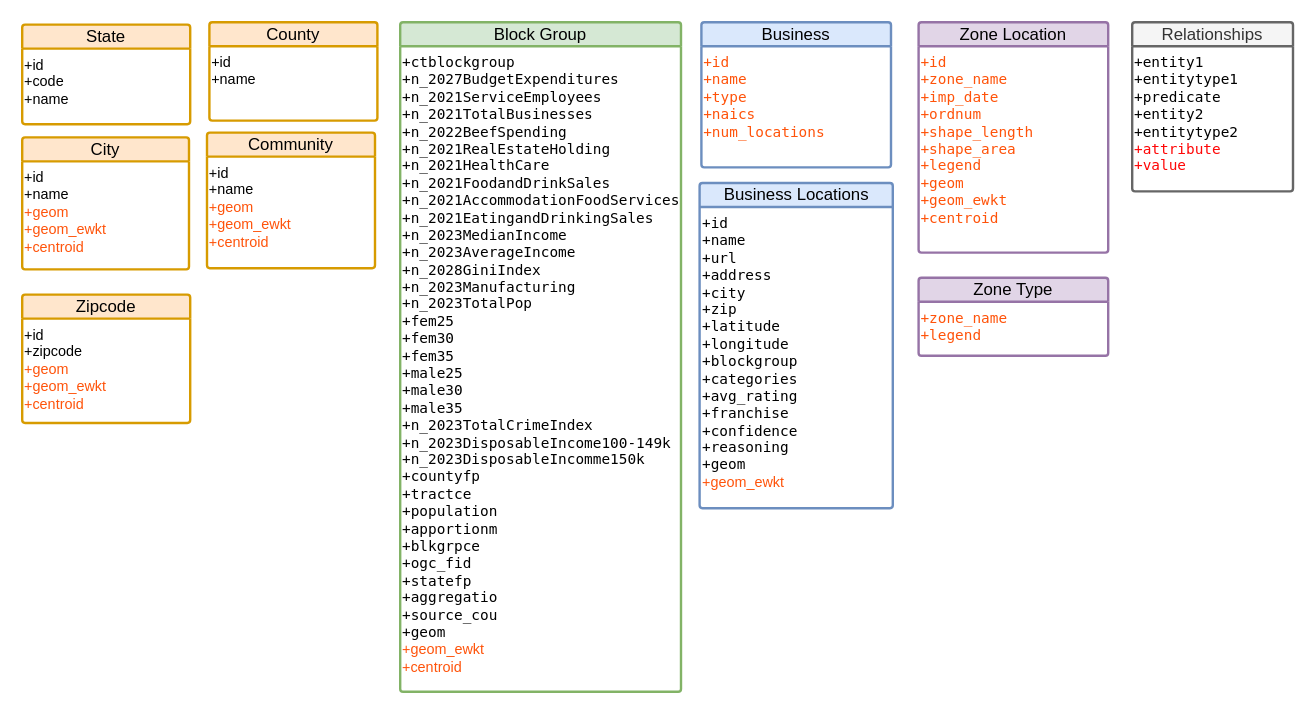
The draw.io diagram page "Entity Diagram" (1 of 5) of graph_model.drawio in njwnkp4d8t-png/business-opportunity-graph, before the edit. Source tidied: cells renumbered, new cells numbered last; positions are measured from the earlier drawing's top-left corner, leaving out a move shared by most shapes. Both pictures are drawn from the tidied source at 120%, with x=0, y=0 at pixel (22, 22).
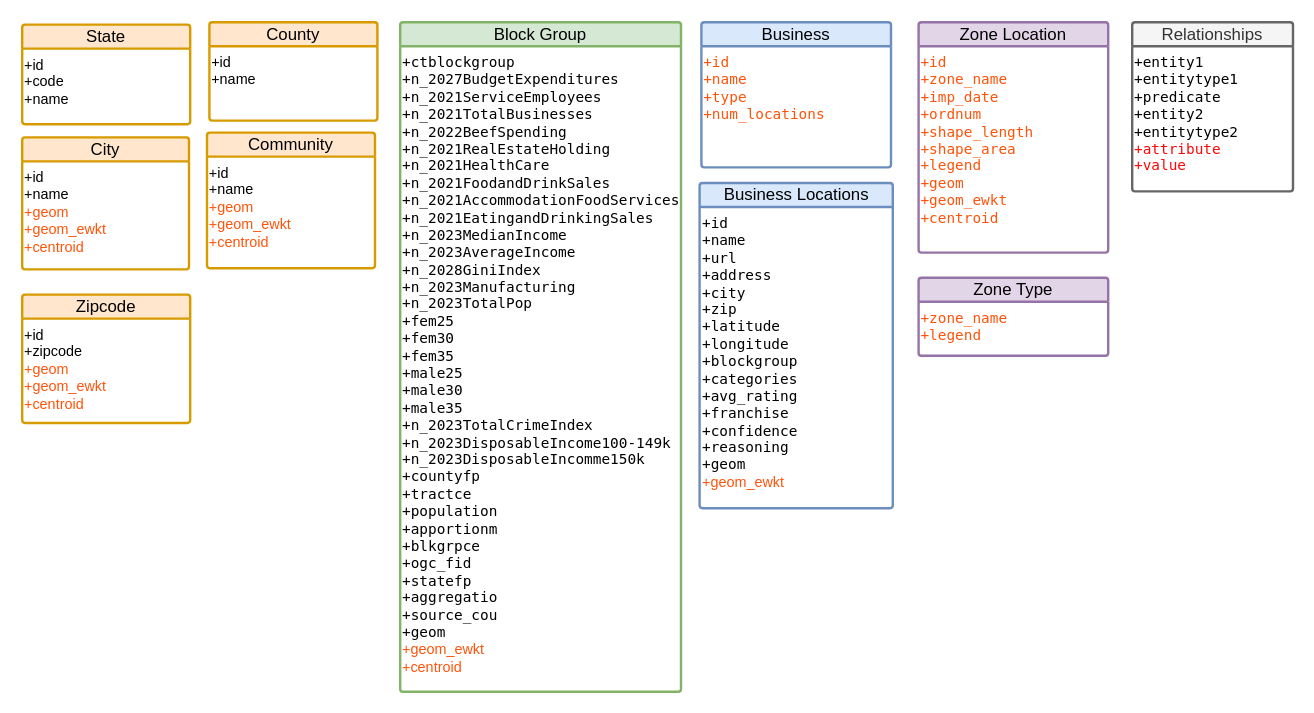
The same diagram, later.

Unchanged cells that the change refers to:
```xml
<mxCell id="12" value="Business" style="swimlane;horizontal=1;startSize=20;rounded=1;fontSize=14;fontStyle=0;strokeWidth=2;shadow=0;dashed=0;align=center;arcSize=4;whiteSpace=wrap;html=1;fillColor=#dae8fc;strokeColor=#6c8ebf;" parent="1" vertex="1">
  <mxGeometry x="566" width="158" height="121" as="geometry" />
</mxCell>
```

Change to the diagram source:
```diff
@@
-    <mxCell id="13" value="&lt;font face=&quot;Menlo, Monaco, Courier New, monospace&quot; style=&quot;color: rgb(255, 83, 10);&quot;&gt;&lt;span style=&quot;white-space: pre;&quot;&gt;+id&lt;/span&gt;&lt;/font&gt;&lt;div&gt;&lt;font face=&quot;Menlo, Monaco, Courier New, monospace&quot; style=&quot;color: rgb(255, 83, 10);&quot;&gt;&lt;span style=&quot;white-space: pre;&quot;&gt;+name&lt;/span&gt;&lt;/font&gt;&lt;/div&gt;&lt;div&gt;&lt;font face=&quot;Menlo, Monaco, Courier New, monospace&quot; style=&quot;color: rgb(255, 83, 10);&quot;&gt;&lt;span style=&quot;white-space: pre;&quot;&gt;+type&lt;/span&gt;&lt;/font&gt;&lt;/div&gt;&lt;div&gt;&lt;font face=&quot;Menlo, Monaco, Courier New, monospace&quot; style=&quot;color: rgb(255, 83, 10);&quot;&gt;&lt;span style=&quot;white-space: pre;&quot;&gt;+naics&lt;/span&gt;&lt;/font&gt;&lt;/div&gt;&lt;div&gt;&lt;font face=&quot;Menlo, Monaco, Courier New, monospace&quot; style=&quot;color: rgb(255, 83, 10);&quot;&gt;&lt;span style=&quot;white-space: pre;&quot;&gt;+num_locations&lt;/span&gt;&lt;/font&gt;&lt;/div&gt;" style="text;html=1;whiteSpace=wrap;strokeColor=none;fillColor=none;align=left;verticalAlign=top;rounded=0;" parent="12" vertex="1">
+    <mxCell id="13" value="&lt;font face=&quot;Menlo, Monaco, Courier New, monospace&quot; style=&quot;color: rgb(255, 83, 10);&quot;&gt;&lt;span style=&quot;white-space: pre;&quot;&gt;+id&lt;/span&gt;&lt;/font&gt;&lt;div&gt;&lt;font face=&quot;Menlo, Monaco, Courier New, monospace&quot; style=&quot;color: rgb(255, 83, 10);&quot;&gt;&lt;span style=&quot;white-space: pre;&quot;&gt;+name&lt;/span&gt;&lt;/font&gt;&lt;/div&gt;&lt;div&gt;&lt;font face=&quot;Menlo, Monaco, Courier New, monospace&quot; style=&quot;color: rgb(255, 83, 10);&quot;&gt;&lt;span style=&quot;white-space: pre;&quot;&gt;+type&lt;/span&gt;&lt;/font&gt;&lt;/div&gt;&lt;div&gt;&lt;font face=&quot;Menlo, Monaco, Courier New, monospace&quot; style=&quot;color: rgb(255, 83, 10);&quot;&gt;&lt;span style=&quot;white-space: pre;&quot;&gt;+num_locations&lt;/span&gt;&lt;/font&gt;&lt;/div&gt;" style="text;html=1;whiteSpace=wrap;strokeColor=none;fillColor=none;align=left;verticalAlign=top;rounded=0;" parent="12" vertex="1">
       <mxGeometry y="20" width="158" height="101" as="geometry" />
     </mxCell>
```
